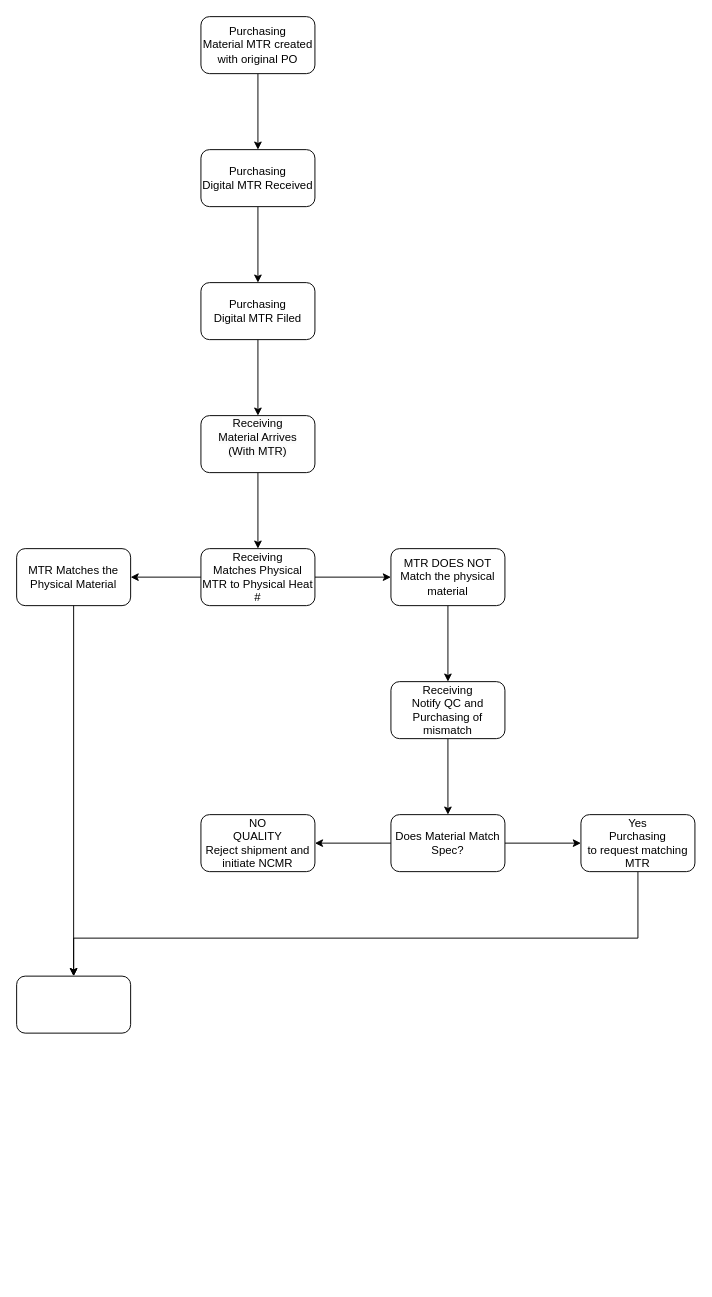
dclose84/Training keeps this draw.io diagram as md/MTR Process.drawio. Above is the earlier version. Source tidied: cells renumbered, new cells numbered last; positions are measured from the earlier drawing's top-left corner, leaving out a move shared by most shapes. Both pictures are drawn from the tidied source at 95%, with x=0, y=0 at pixel (16, 16).
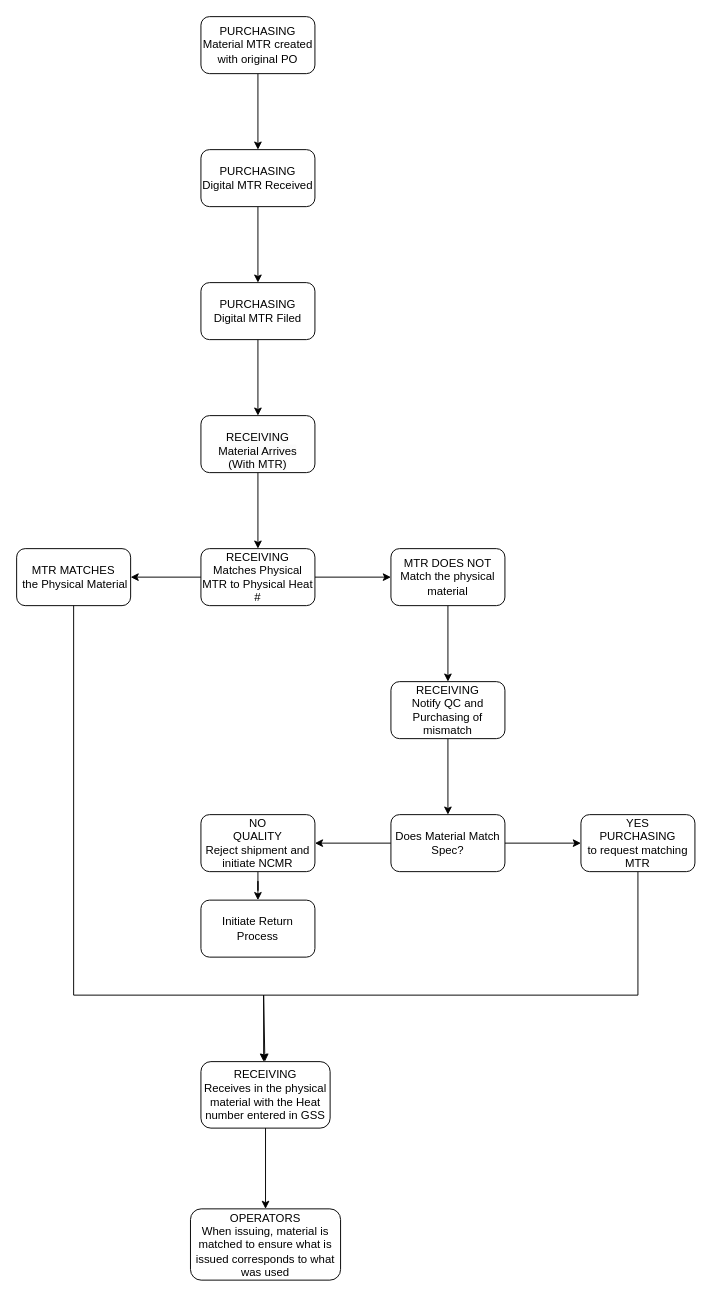
The same diagram, later.

The change refers to these unchanged cells:
```xml
<mxCell id="23" value="NO&lt;br&gt;QUALITY&lt;br&gt;Reject shipment and initiate NCMR" style="whiteSpace=wrap;html=1;rounded=1;" parent="1" vertex="1">
  <mxGeometry x="194" y="840" width="120" height="60" as="geometry" />
</mxCell>
```

Diff of the diagram source:
```diff
@@
-    <mxCell id="3" value="Purchasing&lt;br&gt;Material MTR created with original PO" style="rounded=1;whiteSpace=wrap;html=1;" parent="1" vertex="1">
+    <mxCell id="3" value="PURCHASING&lt;br&gt;Material MTR created with original PO" style="rounded=1;whiteSpace=wrap;html=1;" parent="1" vertex="1">
       <mxGeometry x="194" width="120" height="60" as="geometry" />
     </mxCell>
@@
-    <mxCell id="5" value="Purchasing&lt;br&gt;Digital MTR Received" style="whiteSpace=wrap;html=1;rounded=1;" parent="1" vertex="1">
+    <mxCell id="5" value="PURCHASING&lt;br&gt;Digital MTR Received" style="whiteSpace=wrap;html=1;rounded=1;" parent="1" vertex="1">
       <mxGeometry x="194" y="140" width="120" height="60" as="geometry" />
     </mxCell>
@@
-    <mxCell id="7" value="Purchasing&lt;br style=&quot;border-color: var(--border-color);&quot;&gt;Digital MTR Filed" style="whiteSpace=wrap;html=1;rounded=1;" parent="1" vertex="1">
+    <mxCell id="7" value="PURCHASING&lt;br style=&quot;border-color: var(--border-color);&quot;&gt;Digital MTR Filed" style="whiteSpace=wrap;html=1;rounded=1;" parent="1" vertex="1">
       <mxGeometry x="194" y="280" width="120" height="60" as="geometry" />
     </mxCell>
@@
-    <mxCell id="9" value="&#10;&lt;span style=&quot;color: rgb(0, 0, 0); font-family: Helvetica; font-size: 12px; font-style: normal; font-variant-ligatures: normal; font-variant-caps: normal; font-weight: 400; letter-spacing: normal; orphans: 2; text-align: center; text-indent: 0px; text-transform: none; widows: 2; word-spacing: 0px; -webkit-text-stroke-width: 0px; background-color: rgb(251, 251, 251); text-decoration-thickness: initial; text-decoration-style: initial; text-decoration-color: initial; float: none; display: inline !important;&quot;&gt;Receiving&lt;/span&gt;&lt;br style=&quot;border-color: var(--border-color); color: rgb(0, 0, 0); font-family: Helvetica; font-size: 12px; font-style: normal; font-variant-ligatures: normal; font-variant-caps: normal; font-weight: 400; letter-spacing: normal; orphans: 2; text-align: center; text-indent: 0px; text-transform: none; widows: 2; word-spacing: 0px; -webkit-text-stroke-width: 0px; background-color: rgb(251, 251, 251); text-decoration-thickness: initial; text-decoration-style: initial; text-decoration-color: initial;&quot;&gt;&lt;span style=&quot;color: rgb(0, 0, 0); font-family: Helvetica; font-size: 12px; font-style: normal; font-variant-ligatures: normal; font-variant-caps: normal; font-weight: 400; letter-spacing: normal; orphans: 2; text-align: center; text-indent: 0px; text-transform: none; widows: 2; word-spacing: 0px; -webkit-text-stroke-width: 0px; background-color: rgb(251, 251, 251); text-decoration-thickness: initial; text-decoration-style: initial; text-decoration-color: initial; float: none; display: inline !important;&quot;&gt;Material Arrives&lt;/span&gt;&lt;br style=&quot;border-color: var(--border-color); color: rgb(0, 0, 0); font-family: Helvetica; font-size: 12px; font-style: normal; font-variant-ligatures: normal; font-variant-caps: normal; font-weight: 400; letter-spacing: normal; orphans: 2; text-align: center; text-indent: 0px; text-transform: none; widows: 2; word-spacing: 0px; -webkit-text-stroke-width: 0px; background-color: rgb(251, 251, 251); text-decoration-thickness: initial; text-decoration-style: initial; text-decoration-color: initial;&quot;&gt;&lt;span style=&quot;color: rgb(0, 0, 0); font-family: Helvetica; font-size: 12px; font-style: normal; font-variant-ligatures: normal; font-variant-caps: normal; font-weight: 400; letter-spacing: normal; orphans: 2; text-align: center; text-indent: 0px; text-transform: none; widows: 2; word-spacing: 0px; -webkit-text-stroke-width: 0px; background-color: rgb(251, 251, 251); text-decoration-thickness: initial; text-decoration-style: initial; text-decoration-color: initial; float: none; display: inline !important;&quot;&gt;(With MTR)&lt;/span&gt;&#10;&#10;" style="whiteSpace=wrap;html=1;rounded=1;" parent="1" vertex="1">
+    <mxCell id="9" value="&lt;br&gt;&lt;span style=&quot;color: rgb(0, 0, 0); font-family: Helvetica; font-size: 12px; font-style: normal; font-variant-ligatures: normal; font-variant-caps: normal; font-weight: 400; letter-spacing: normal; orphans: 2; text-align: center; text-indent: 0px; text-transform: none; widows: 2; word-spacing: 0px; -webkit-text-stroke-width: 0px; background-color: rgb(251, 251, 251); text-decoration-thickness: initial; text-decoration-style: initial; text-decoration-color: initial; float: none; display: inline !important;&quot;&gt;RECEIVING&lt;br&gt;Material Arrives&lt;/span&gt;&lt;br style=&quot;border-color: var(--border-color); color: rgb(0, 0, 0); font-family: Helvetica; font-size: 12px; font-style: normal; font-variant-ligatures: normal; font-variant-caps: normal; font-weight: 400; letter-spacing: normal; orphans: 2; text-align: center; text-indent: 0px; text-transform: none; widows: 2; word-spacing: 0px; -webkit-text-stroke-width: 0px; background-color: rgb(251, 251, 251); text-decoration-thickness: initial; text-decoration-style: initial; text-decoration-color: initial;&quot;&gt;&lt;span style=&quot;color: rgb(0, 0, 0); font-family: Helvetica; font-size: 12px; font-style: normal; font-variant-ligatures: normal; font-variant-caps: normal; font-weight: 400; letter-spacing: normal; orphans: 2; text-align: center; text-indent: 0px; text-transform: none; widows: 2; word-spacing: 0px; -webkit-text-stroke-width: 0px; background-color: rgb(251, 251, 251); text-decoration-thickness: initial; text-decoration-style: initial; text-decoration-color: initial; float: none; display: inline !important;&quot;&gt;(With MTR)&lt;/span&gt;&lt;br&gt;" style="whiteSpace=wrap;html=1;rounded=1;" parent="1" vertex="1">
       <mxGeometry x="194" y="420" width="120" height="60" as="geometry" />
     </mxCell>
@@
-    <mxCell id="12" value="Receiving&lt;br&gt;Matches Physical MTR to Physical Heat #" style="whiteSpace=wrap;html=1;rounded=1;" parent="1" vertex="1">
+    <mxCell id="12" value="RECEIVING&lt;br&gt;Matches Physical MTR to Physical Heat #" style="whiteSpace=wrap;html=1;rounded=1;" parent="1" vertex="1">
       <mxGeometry x="194" y="560" width="120" height="60" as="geometry" />
     </mxCell>
-    <mxCell id="13" value="MTR Matches the Physical Material" style="whiteSpace=wrap;html=1;rounded=1;" parent="1" vertex="1">
+    <mxCell id="13" value="MTR MATCHES&lt;br&gt;&amp;nbsp;the Physical Material" style="whiteSpace=wrap;html=1;rounded=1;" parent="1" vertex="1">
       <mxGeometry y="560" width="120" height="60" as="geometry" />
     </mxCell>
@@
-    <mxCell id="17" value="Receiving&lt;br&gt;Notify QC and Purchasing of mismatch" style="whiteSpace=wrap;html=1;rounded=1;" parent="1" vertex="1">
+    <mxCell id="17" value="RECEIVING&lt;br&gt;Notify QC and Purchasing of mismatch" style="whiteSpace=wrap;html=1;rounded=1;" parent="1" vertex="1">
       <mxGeometry x="394" y="700" width="120" height="60" as="geometry" />
     </mxCell>
@@
     <mxCell id="21" style="edgeStyle=orthogonalEdgeStyle;rounded=0;jettySize=auto;html=1;" parent="1" edge="1" source="22" target="24">
       <mxGeometry relative="1" as="geometry">
         <Array as="points">
-          <mxPoint x="654" y="970" />
-          <mxPoint x="60" y="970" />
+          <mxPoint x="654" y="1030" />
+          <mxPoint x="260" y="1030" />
         </Array>
       </mxGeometry>
     </mxCell>
-    <mxCell id="22" value="Yes&lt;br&gt;Purchasing &lt;br&gt;to request matching MTR" style="whiteSpace=wrap;html=1;rounded=1;" parent="1" vertex="1">
+    <mxCell id="22" value="YES&lt;br&gt;PURCHASING&lt;br&gt;to request matching MTR" style="whiteSpace=wrap;html=1;rounded=1;" parent="1" vertex="1">
       <mxGeometry x="594" y="840" width="120" height="60" as="geometry" />
     </mxCell>
+    <mxCell id="26" style="edgeStyle=orthogonalEdgeStyle;rounded=0;jettySize=auto;html=1;" parent="1" edge="1" source="23" target="28">
+      <mxGeometry relative="1" as="geometry" />
+    </mxCell>
@@
+    <mxCell id="27" style="edgeStyle=orthogonalEdgeStyle;rounded=0;jettySize=auto;html=1;" parent="1" edge="1" source="24" target="29">
+      <mxGeometry relative="1" as="geometry" />
+    </mxCell>
-    <mxCell id="24" style="whiteSpace=wrap;html=1;rounded=1;" parent="1" vertex="1">
-      <mxGeometry y="1010" width="120" height="60" as="geometry" />
+    <mxCell id="24" value="RECEIVING&lt;br&gt;Receives in the physical material with the Heat number entered in GSS" style="whiteSpace=wrap;html=1;rounded=1;" parent="1" vertex="1">
+      <mxGeometry x="194" y="1100" width="136" height="70" as="geometry" />
     </mxCell>
     <mxCell id="25" style="endArrow=classic;html=1;rounded=0;" parent="1" edge="1" source="13" target="24">
-      <mxGeometry relative="1" as="geometry" />
+      <mxGeometry relative="1" as="geometry">
+        <Array as="points">
+          <mxPoint x="60" y="1030" />
+          <mxPoint x="260" y="1030" />
+        </Array>
+      </mxGeometry>
     </mxCell>
+    <mxCell id="28" value="Initiate Return Process" style="whiteSpace=wrap;html=1;rounded=1;" parent="1" vertex="1">
+      <mxGeometry x="194" y="930" width="120" height="60" as="geometry" />
+    </mxCell>
+    <mxCell id="29" value="OPERATORS&lt;br&gt;When issuing, material is matched to ensure what is issued corresponds to what was used" style="whiteSpace=wrap;html=1;rounded=1;" parent="1" vertex="1">
+      <mxGeometry x="183" y="1255" width="158" height="75" as="geometry" />
+    </mxCell>
```
